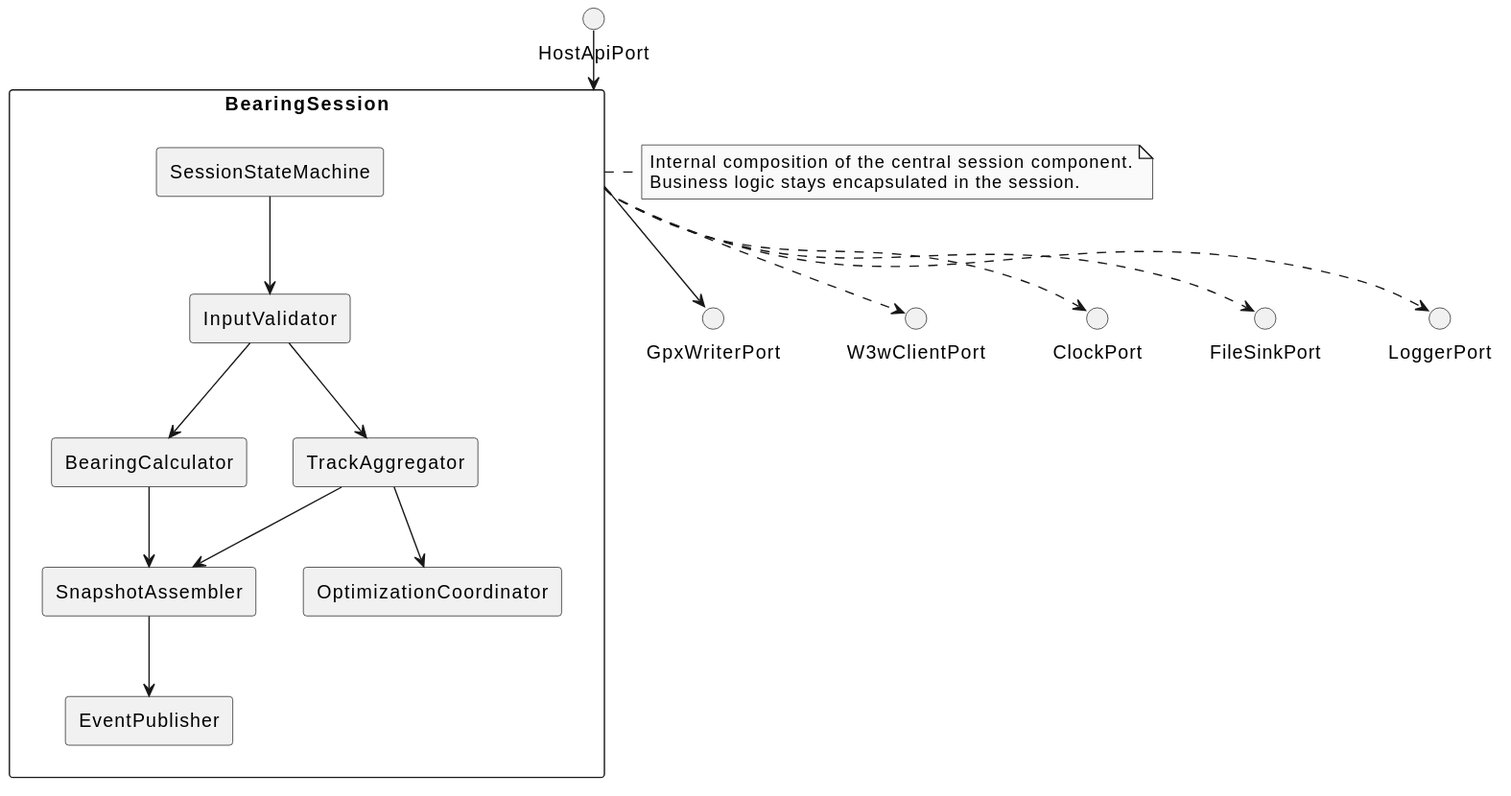
Earlier version of the PlantUML export Vorschrieb/plantuml/out/SWE_Kompass_Composite_BearingSession.svg (BenschD/SWE-Kompass).
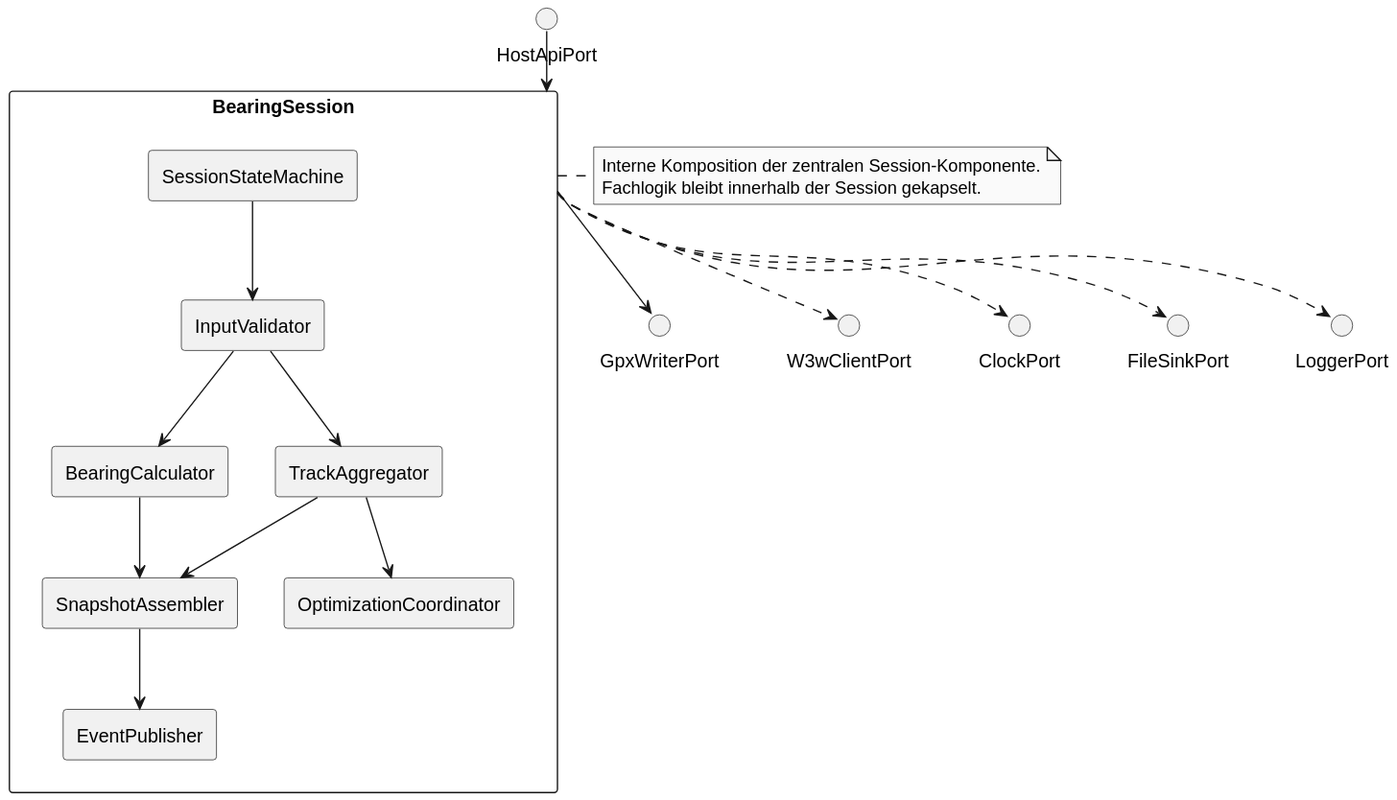
The same file after the commit.

The edit, as a diff of the source:
```diff
@@ -36,7 +36,7 @@
 SA --> EP
 
 note right of SESSION
-Internal composition of the central session component.
-Business logic stays encapsulated in the session.
+Interne Komposition der zentralen Session-Komponente.
+Fachlogik bleibt innerhalb der Session gekapselt.
 end note
 @enduml
```
